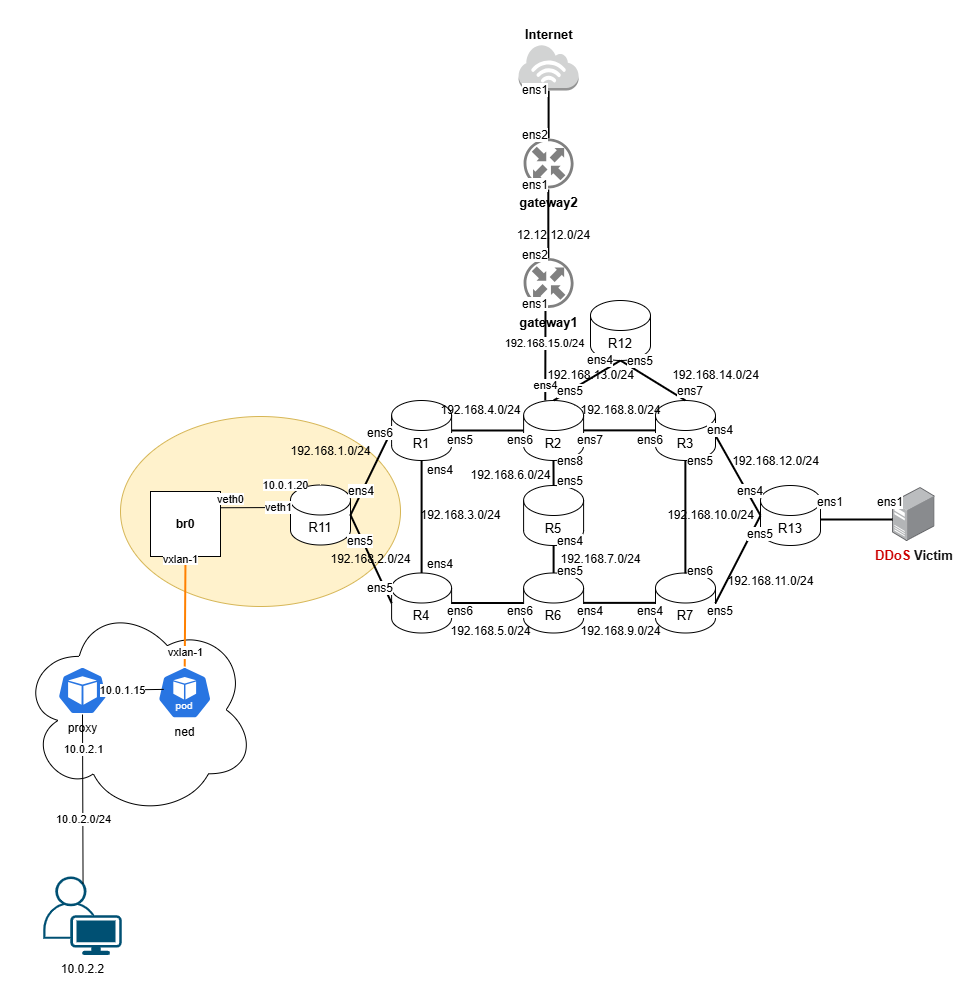
This is deployment-kne/mouseworld_topology/topology.png from Mouseworld-Lab/NDT-EDGE, a draw.io export, as it was before one commit. Source tidied: cells renumbered, new cells last; positions are measured from the earlier drawing's top-left corner, leaving out a move shared by most shapes.
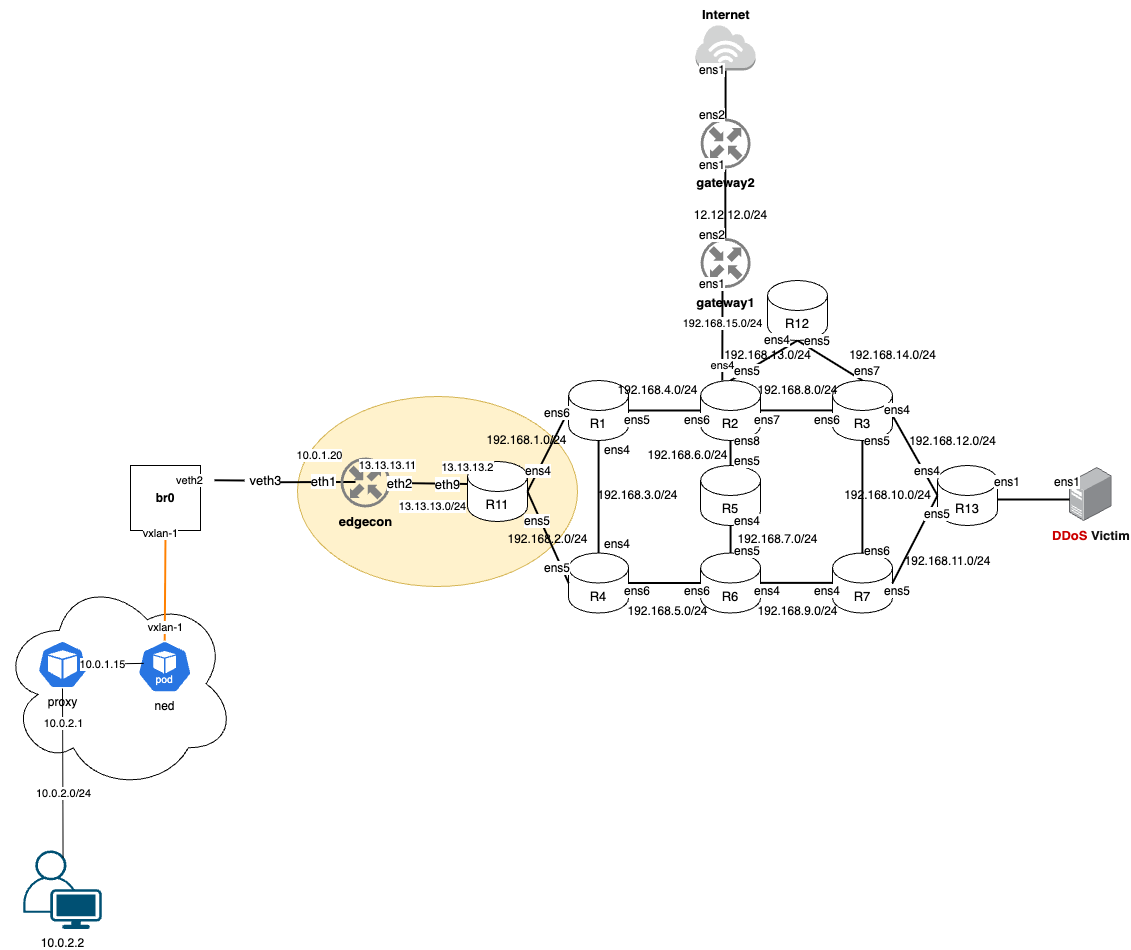
After the commit.

Diff of the diagram source:
```diff
@@ -15,10 +15,10 @@
       <mxGeometry x="100" y="396" width="280" height="190" as="geometry" />
     </mxCell>
     <mxCell id="6" value="&lt;b&gt;br0&lt;/b&gt;" style="rounded=0;whiteSpace=wrap;html=1;" parent="1" vertex="1">
-      <mxGeometry x="130" y="471" width="70" height="65" as="geometry" />
+      <mxGeometry x="-67" y="465" width="70" height="65" as="geometry" />
     </mxCell>
     <mxCell id="7" style="ellipse;shape=cloud;whiteSpace=wrap;html=1;" parent="1" vertex="1">
-      <mxGeometry y="582.5" width="235" height="213.5" as="geometry" />
+      <mxGeometry x="-197" y="576.5" width="235" height="213.5" as="geometry" />
     </mxCell>
     <mxCell id="8" value="R13" style="shape=cylinder3;whiteSpace=wrap;html=1;boundedLbl=1;backgroundOutline=1;size=15;fontSize=13;fontStyle=0;" parent="1" vertex="1">
       <mxGeometry x="740" y="465" width="60" height="60" as="geometry" />
@@ -39,7 +39,7 @@
       <mxGeometry x="371.1" y="552.5" width="60" height="60" as="geometry" />
     </mxCell>
     <mxCell id="14" value="R11" style="shape=cylinder3;whiteSpace=wrap;html=1;boundedLbl=1;backgroundOutline=1;size=15;fontSize=13;fontStyle=0;" parent="1" vertex="1">
-      <mxGeometry x="270" y="464.5" width="60" height="60" as="geometry" />
+      <mxGeometry x="270" y="461" width="60" height="60" as="geometry" />
     </mxCell>
     <mxCell id="15" value="R1" style="shape=cylinder3;whiteSpace=wrap;html=1;boundedLbl=1;backgroundOutline=1;size=15;fontSize=13;fontStyle=0;" parent="1" vertex="1">
       <mxGeometry x="371.1" y="380" width="60" height="60" as="geometry" />
@@ -195,7 +195,7 @@
       <mxGeometry x="590" y="326" width="60" height="30" as="geometry" />
     </mxCell>
     <mxCell id="60" value="192.168.1.0/24" style="text;html=1;align=center;verticalAlign=middle;strokeColor=none;fillColor=none;" parent="1" vertex="1">
-      <mxGeometry x="260" y="416" width="100" height="30" as="geometry" />
+      <mxGeometry x="279" y="425" width="100" height="30" as="geometry" />
     </mxCell>
     <mxCell id="61" value="192.168.2.0/24" style="text;html=1;align=center;verticalAlign=middle;strokeColor=none;fillColor=none;" parent="1" vertex="1">
       <mxGeometry x="300" y="524" width="100" height="30" as="geometry" />
@@ -237,10 +237,10 @@
       <mxGeometry x="515" y="340" width="110" height="30" as="geometry" />
     </mxCell>
     <mxCell id="74" value="ned" style="sketch=0;html=1;dashed=0;whitespace=wrap;verticalLabelPosition=bottom;verticalAlign=top;fillColor=#2875E2;strokeColor=#ffffff;points=[[0.005,0.63,0],[0.1,0.2,0],[0.9,0.2,0],[0.5,0,0],[0.995,0.63,0],[0.72,0.99,0],[0.5,1,0],[0.28,0.99,0]];shape=mxgraph.kubernetes.icon2;kubernetesLabel=1;prIcon=pod;" parent="1" vertex="1">
-      <mxGeometry x="137" y="646" width="54.4" height="52.2" as="geometry" />
+      <mxGeometry x="-60" y="640" width="54.4" height="52.2" as="geometry" />
     </mxCell>
     <mxCell id="75" value="proxy" style="sketch=0;html=1;dashed=0;whitespace=wrap;verticalLabelPosition=bottom;verticalAlign=top;fillColor=#2875E2;strokeColor=#ffffff;points=[[0.005,0.63,0],[0.1,0.2,0],[0.9,0.2,0],[0.5,0,0],[0.995,0.63,0],[0.72,0.99,0],[0.5,1,0],[0.28,0.99,0]];shape=mxgraph.kubernetes.icon2;prIcon=pod;" parent="1" vertex="1">
-      <mxGeometry x="37" y="646" width="50" height="48" as="geometry" />
+      <mxGeometry x="-160" y="640" width="50" height="48" as="geometry" />
     </mxCell>
     <mxCell id="76" style="endArrow=none;html=1;rounded=0;entryX=0.114;entryY=0.438;entryDx=0;entryDy=0;entryPerimeter=0;" parent="1" edge="1" source="75" target="74">
       <mxGeometry relative="1" as="geometry" />
@@ -249,7 +249,7 @@
       <mxGeometry x="-0.5" relative="1" as="geometry" />
     </mxCell>
     <mxCell id="78" value="10.0.2.2" style="points=[[0.35,0,0],[0.98,0.51,0],[1,0.71,0],[0.67,1,0],[0,0.795,0],[0,0.65,0]];verticalLabelPosition=bottom;sketch=0;html=1;verticalAlign=top;align=center;shape=mxgraph.cisco19.user;fillColor=#005073;strokeColor=none;" parent="1" vertex="1">
-      <mxGeometry x="22.8" y="856" width="78.5" height="78.5" as="geometry" />
+      <mxGeometry x="-174.2" y="850" width="78.5" height="78.5" as="geometry" />
     </mxCell>
     <mxCell id="79" style="endArrow=none;html=1;rounded=0;exitX=0.507;exitY=0.092;exitDx=0;exitDy=0;exitPerimeter=0;entryX=0.5;entryY=1;entryDx=0;entryDy=0;entryPerimeter=0;" parent="1" edge="1" source="78" target="75">
       <mxGeometry relative="1" as="geometry" />
@@ -260,12 +260,23 @@
     <mxCell id="81" value="10.0.2.1" style="edgeLabel;html=1;align=center;verticalAlign=middle;" parent="79" vertex="1">
       <mxGeometry x="0.58" relative="1" as="geometry" />
     </mxCell>
-    <mxCell id="82" style="endArrow=none;html=1;rounded=0;entryX=0;entryY=0;entryDx=0;entryDy=22.5;entryPerimeter=0;exitX=1;exitY=0.25;exitDx=0;exitDy=0;" parent="1" edge="1" source="6" target="14">
-      <mxGeometry relative="1" as="geometry" />
+    <mxCell id="82" style="endArrow=none;html=1;rounded=0;exitX=1;exitY=0.25;exitDx=0;exitDy=0;strokeColor=default;strokeWidth=2;align=center;verticalAlign=middle;fontFamily=Helvetica;fontSize=13;fontColor=default;fontStyle=0;labelBackgroundColor=default;endFill=0;" parent="1" edge="1">
+      <mxGeometry relative="1" as="geometry">
+        <mxPoint x="69" y="481.7" as="sourcePoint" />
+        <mxPoint x="158" y="481.5" as="targetPoint" />
+      </mxGeometry>
     </mxCell>
-    <mxCell id="83" value="veth1" style="edgeLabel;html=1;align=center;verticalAlign=middle;" parent="82" vertex="1">
-      <mxGeometry x="0.64" relative="1" as="geometry" />
+    <mxCell id="83" value="veth3" style="edgeLabel;html=1;align=center;verticalAlign=middle;rounded=0;strokeColor=default;strokeWidth=2;fontFamily=Helvetica;fontSize=13;fontColor=default;fontStyle=0;labelBackgroundColor=default;" parent="82" vertex="1">
+      <mxGeometry x="0.64" relative="1" as="geometry">
+        <mxPoint x="-75" y="-2" as="offset" />
+      </mxGeometry>
     </mxCell>
+    <mxCell id="108" style="edgeLabel;html=1;align=center;verticalAlign=middle;rounded=0;strokeColor=default;strokeWidth=2;fontFamily=Helvetica;fontSize=13;fontColor=default;fontStyle=0;labelBackgroundColor=default;" parent="82" vertex="1">
+      <mxGeometry x="0.47" y="1" relative="1" as="geometry" />
+    </mxCell>
+    <mxCell id="109" value="&lt;span style=&quot;font-size: 13px;&quot;&gt;eth1&lt;/span&gt;" style="edgeLabel;html=1;align=center;verticalAlign=middle;" parent="82" vertex="1">
+      <mxGeometry x="0.25" y="1" relative="1" as="geometry" />
+    </mxCell>
     <mxCell id="84" style="endArrow=none;html=1;rounded=0;exitX=0.5;exitY=0;exitDx=0;exitDy=0;exitPerimeter=0;entryX=0.5;entryY=1;entryDx=0;entryDy=0;fillColor=#FFB366;strokeColor=#FF8000;strokeWidth=2;" parent="1" edge="1" source="74" target="6">
       <mxGeometry relative="1" as="geometry" />
     </mxCell>
@@ -283,13 +294,13 @@
       <mxGeometry x="-0.75" relative="1" as="geometry" />
     </mxCell>
     <mxCell id="88" value="&lt;span style=&quot;font-size: 11px; background-color: rgb(255, 255, 255);&quot;&gt;10.0.1.20&lt;/span&gt;" style="text;html=1;align=center;verticalAlign=middle;strokeColor=none;fillColor=none;" parent="1" vertex="1">
-      <mxGeometry x="230" y="450" width="70" height="30" as="geometry" />
+      <mxGeometry x="87" y="440" width="70" height="30" as="geometry" />
     </mxCell>
     <mxCell id="89" value="&lt;span style=&quot;font-size: 11px; background-color: rgb(255, 255, 255);&quot;&gt;vxlan-1&lt;/span&gt;" style="text;html=1;align=center;verticalAlign=middle;strokeColor=none;fillColor=none;" parent="1" vertex="1">
-      <mxGeometry x="130" y="524" width="60" height="30" as="geometry" />
+      <mxGeometry x="-67" y="518" width="60" height="30" as="geometry" />
     </mxCell>
-    <mxCell id="90" value="&lt;span style=&quot;font-size: 11px; background-color: rgb(255, 255, 255);&quot;&gt;veth0&lt;/span&gt;" style="text;html=1;align=center;verticalAlign=middle;points=[];strokeColor=none;fillColor=none;" parent="1" vertex="1">
-      <mxGeometry x="185" y="464" width="50" height="30" as="geometry" />
+    <mxCell id="90" value="&lt;span style=&quot;font-size: 11px; background-color: rgb(255, 255, 255);&quot;&gt;veth2&lt;/span&gt;" style="text;html=1;align=center;verticalAlign=middle;points=[];strokeColor=none;fillColor=none;" parent="1" vertex="1">
+      <mxGeometry x="-33" y="464.5" width="50" height="30" as="geometry" />
     </mxCell>
     <mxCell id="91" style="endArrow=none;html=1;rounded=0;exitX=0.5;exitY=0;exitDx=0;exitDy=0;exitPerimeter=0;strokeColor=default;strokeWidth=2;align=center;verticalAlign=middle;fontFamily=Helvetica;fontSize=13;fontColor=default;labelBackgroundColor=default;endFill=0;fontStyle=0;" parent="1" edge="1">
       <mxGeometry relative="1" as="geometry">
@@ -351,5 +362,31 @@
     <mxCell id="107" value="&lt;span style=&quot;background-color: light-dark(#ffffff, var(--ge-dark-color, #121212));&quot;&gt;ens1&lt;/span&gt;" style="text;html=1;align=center;verticalAlign=middle;whiteSpace=wrap;rounded=0;" parent="1" vertex="1">
       <mxGeometry x="780" y="467" width="60" height="30" as="geometry" />
     </mxCell>
+    <mxCell id="110" value="edgecon" style="fillColor=#808080;sketch=0;shadow=0;dashed=0;html=1;strokeColor=none;labelPosition=center;verticalLabelPosition=bottom;outlineConnect=0;verticalAlign=top;align=center;shape=mxgraph.openstack.neutron_router;fontSize=13;fontStyle=1;" parent="1" vertex="1">
+      <mxGeometry x="143" y="457" width="50" height="50" as="geometry" />
+    </mxCell>
+    <mxCell id="111" style="rounded=0;jettySize=auto;html=1;endArrow=none;endFill=0;strokeWidth=2;fontSize=13;fontStyle=0;entryX=0;entryY=0;entryDx=0;entryDy=22.5;entryPerimeter=0;strokeColor=default;align=center;verticalAlign=middle;fontFamily=Helvetica;fontColor=default;labelBackgroundColor=default;" parent="1" edge="1" source="110" target="14">
+      <mxGeometry relative="1" as="geometry" />
+    </mxCell>
+    <mxCell id="112" value="eth9" style="edgeLabel;html=1;align=center;verticalAlign=middle;rounded=0;strokeColor=default;strokeWidth=2;fontFamily=Helvetica;fontSize=13;fontColor=default;fontStyle=0;labelBackgroundColor=default;" parent="111" vertex="1">
+      <mxGeometry x="0.45" relative="1" as="geometry" />
+    </mxCell>
+    <mxCell id="113" value="eth2" style="edgeLabel;html=1;align=center;verticalAlign=middle;rounded=0;strokeColor=default;strokeWidth=2;fontFamily=Helvetica;fontSize=13;fontColor=default;fontStyle=0;labelBackgroundColor=default;" parent="111" vertex="1">
+      <mxGeometry x="-0.8" relative="1" as="geometry" />
+    </mxCell>
+    <mxCell id="114" value="&lt;span style=&quot;font-size: 11px; background-color: rgb(255, 255, 255);&quot;&gt;13.13.13.0/24&lt;/span&gt;" style="text;html=1;align=center;verticalAlign=middle;strokeColor=none;fillColor=none;" parent="1" vertex="1">
+      <mxGeometry x="190" y="491" width="90" height="30" as="geometry" />
+    </mxCell>
+    <mxCell id="115" value="&lt;span style=&quot;font-size: 11px; background-color: rgb(255, 255, 255);&quot;&gt;13.13.13.11&lt;/span&gt;" style="text;html=1;align=center;verticalAlign=middle;strokeColor=none;fillColor=none;" parent="1" vertex="1">
+      <mxGeometry x="150" y="450" width="80" height="30" as="geometry" />
+    </mxCell>
+    <mxCell id="116" value="&lt;span style=&quot;font-size: 11px; background-color: rgb(255, 255, 255);&quot;&gt;13.13.13.2&lt;/span&gt;" style="text;html=1;align=center;verticalAlign=middle;strokeColor=none;fillColor=none;" parent="1" vertex="1">
+      <mxGeometry x="230" y="452" width="80" height="30" as="geometry" />
+    </mxCell>
+    <mxCell id="117" style="endArrow=none;html=1;rounded=0;strokeColor=default;align=center;verticalAlign=middle;fontFamily=Helvetica;fontSize=13;fontColor=default;labelBackgroundColor=default;strokeWidth=2;fontStyle=0;endFill=0;" parent="1" edge="1" source="90">
+      <mxGeometry relative="1" as="geometry">
+        <mxPoint x="47" y="480" as="targetPoint" />
+      </mxGeometry>
+    </mxCell>
   </root>
 </mxGraphModel>
```
